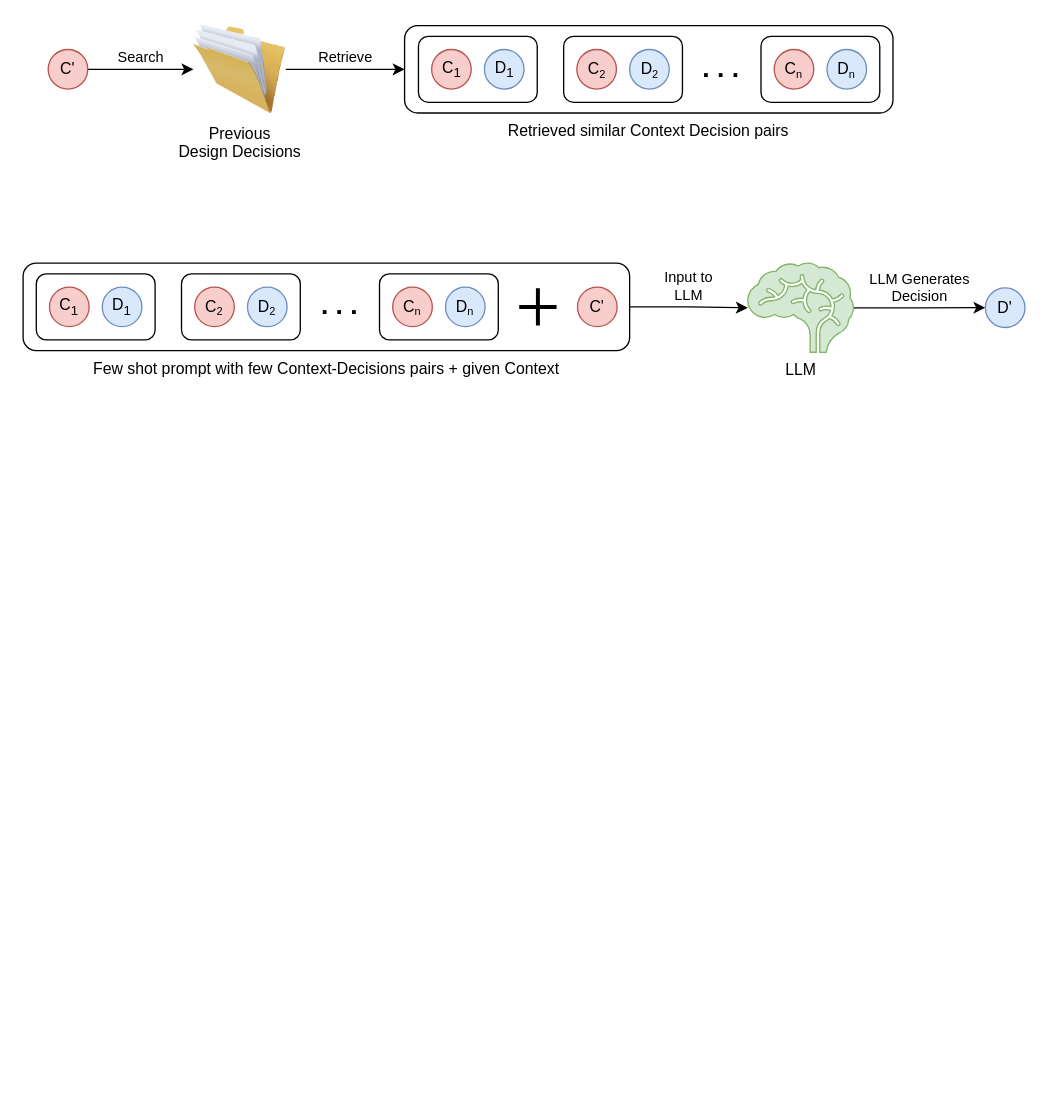
Before: RD_experiments/diagram/approach_new.drawio in sa4s-serc/LLM4ADR, a draw.io diagram. Source tidied: cells renumbered, new cells numbered last; positions are measured from the earlier drawing's top-left corner, leaving out a move shared by most shapes. Both pictures are drawn from the tidied source at 132%, with x=0, y=0 at pixel (22, 22). Pictures stored in the file or linked from it are replaced by grey dashed boxes.
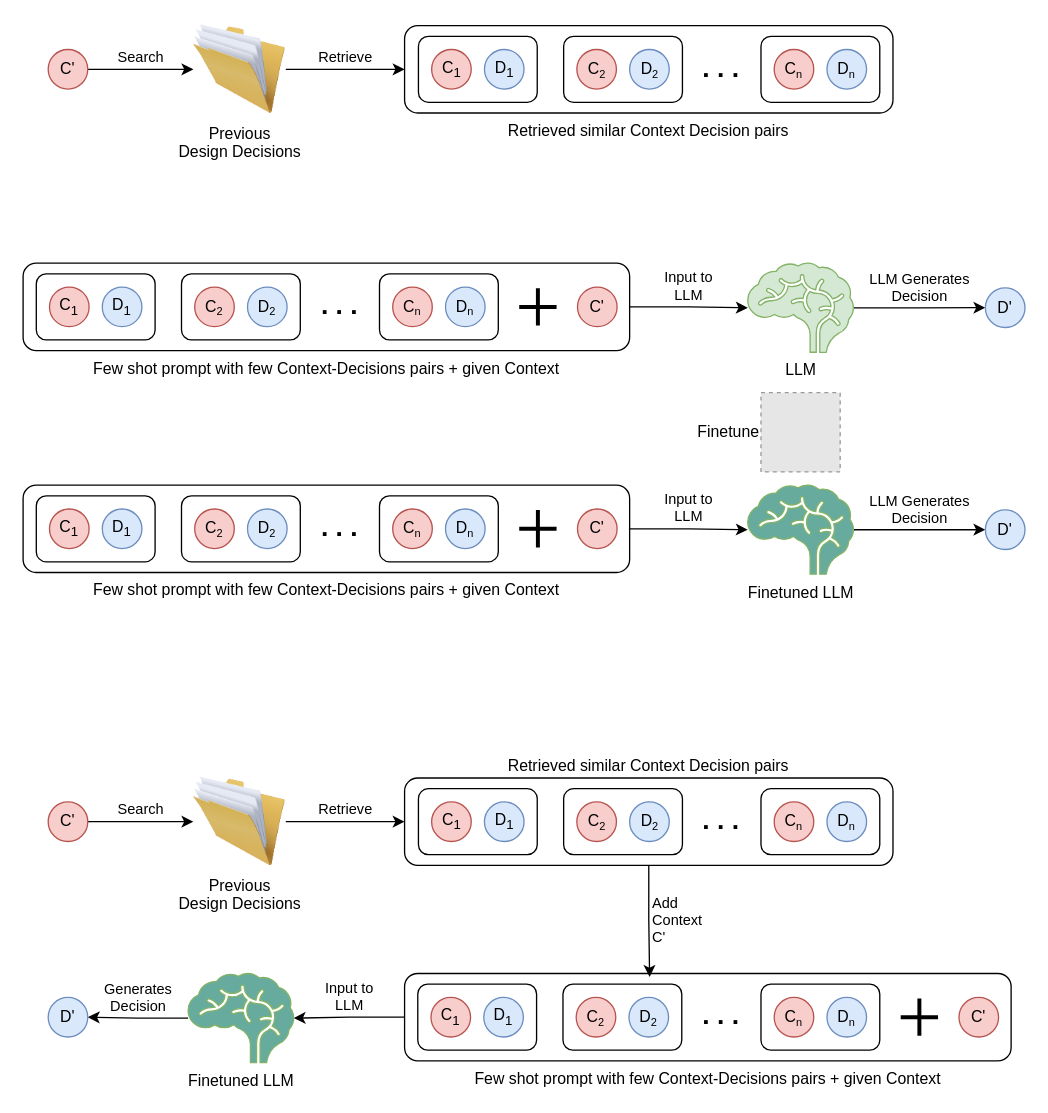
Above is the later version.

Commit message (it also covers changes not shown here):
new approach figure

Diff of the diagram source:
```diff
@@
+    <mxCell id="34" value="Search" style="edgeStyle=orthogonalEdgeStyle;rounded=0;jettySize=auto;html=1;labelPosition=center;verticalLabelPosition=top;align=center;verticalAlign=bottom;" parent="1" edge="1" source="35" target="37">
+      <mxGeometry relative="1" as="geometry" />
+    </mxCell>
+    <mxCell id="35" value="C'" style="ellipse;whiteSpace=wrap;html=1;fillColor=#f8cecc;strokeColor=#b85450;" parent="1" vertex="1">
+      <mxGeometry x="19" y="590" width="30" height="30" as="geometry" />
+    </mxCell>
+    <mxCell id="36" value="Retrieve" style="edgeStyle=orthogonalEdgeStyle;rounded=0;jettySize=auto;html=1;labelPosition=center;verticalLabelPosition=top;align=center;verticalAlign=bottom;" parent="1" edge="1" source="37" target="49">
+      <mxGeometry relative="1" as="geometry" />
+    </mxCell>
+    <mxCell id="37" value="Previous&lt;div&gt;Design Decisions&lt;/div&gt;" style="image;html=1;image=img/lib/clip_art/general/Full_Folder_128x128.png;" parent="1" vertex="1">
+      <mxGeometry x="129" y="570" width="70" height="70" as="geometry" />
+    </mxCell>
+    <mxCell id="38" value="C&lt;sub&gt;1&lt;/sub&gt;" style="ellipse;whiteSpace=wrap;html=1;fillColor=#f8cecc;strokeColor=#b85450;" parent="1" vertex="1">
+      <mxGeometry x="309.5" y="590" width="30" height="30" as="geometry" />
+    </mxCell>
+    <mxCell id="39" value="D&lt;sub&gt;1&lt;/sub&gt;" style="ellipse;whiteSpace=wrap;html=1;fillColor=#dae8fc;strokeColor=#6c8ebf;" parent="1" vertex="1">
+      <mxGeometry x="349.5" y="590" width="30" height="30" as="geometry" />
+    </mxCell>
+    <mxCell id="40" style="rounded=1;whiteSpace=wrap;html=1;fillColor=none;" parent="1" vertex="1">
+      <mxGeometry x="299.5" y="580" width="90" height="50" as="geometry" />
+    </mxCell>
+    <mxCell id="41" value="C&lt;span style=&quot;font-size: 10px;&quot;&gt;&lt;sub&gt;2&lt;/sub&gt;&lt;/span&gt;" style="ellipse;whiteSpace=wrap;html=1;fillColor=#f8cecc;strokeColor=#b85450;" parent="1" vertex="1">
+      <mxGeometry x="419.5" y="590" width="30" height="30" as="geometry" />
+    </mxCell>
+    <mxCell id="42" value="D&lt;span style=&quot;font-size: 10px;&quot;&gt;&lt;sub&gt;2&lt;/sub&gt;&lt;/span&gt;" style="ellipse;whiteSpace=wrap;html=1;fillColor=#dae8fc;strokeColor=#6c8ebf;" parent="1" vertex="1">
+      <mxGeometry x="459.5" y="590" width="30" height="30" as="geometry" />
+    </mxCell>
+    <mxCell id="43" style="rounded=1;whiteSpace=wrap;html=1;fillColor=none;" parent="1" vertex="1">
+      <mxGeometry x="409.5" y="580" width="90" height="50" as="geometry" />
+    </mxCell>
+    <mxCell id="44" value="C&lt;span style=&quot;font-size: 10px;&quot;&gt;&lt;sub&gt;n&lt;/sub&gt;&lt;/span&gt;" style="ellipse;whiteSpace=wrap;html=1;fillColor=#f8cecc;strokeColor=#b85450;" parent="1" vertex="1">
+      <mxGeometry x="569" y="590" width="30" height="30" as="geometry" />
+    </mxCell>
+    <mxCell id="45" value="D&lt;span style=&quot;font-size: 10px;&quot;&gt;&lt;sub&gt;n&lt;/sub&gt;&lt;/span&gt;" style="ellipse;whiteSpace=wrap;html=1;fillColor=#dae8fc;strokeColor=#6c8ebf;" parent="1" vertex="1">
+      <mxGeometry x="609" y="590" width="30" height="30" as="geometry" />
+    </mxCell>
+    <mxCell id="46" style="rounded=1;whiteSpace=wrap;html=1;fillColor=none;" parent="1" vertex="1">
+      <mxGeometry x="559" y="580" width="90" height="50" as="geometry" />
+    </mxCell>
+    <mxCell id="47" value="&lt;font size=&quot;1&quot; style=&quot;&quot;&gt;&lt;b style=&quot;font-size: 20px;&quot;&gt;. . .&lt;/b&gt;&lt;/font&gt;" style="rounded=1;whiteSpace=wrap;html=1;fillColor=none;opacity=0;" parent="1" vertex="1">
+      <mxGeometry x="499" y="580" width="60" height="45" as="geometry" />
+    </mxCell>
+    <mxCell id="48" value="Add&amp;nbsp;&lt;div&gt;Context&lt;/div&gt;&lt;div&gt;C'&lt;/div&gt;" style="edgeStyle=orthogonalEdgeStyle;rounded=0;jettySize=auto;html=1;entryX=0.404;entryY=0.039;entryDx=0;entryDy=0;entryPerimeter=0;labelPosition=right;verticalLabelPosition=middle;align=left;verticalAlign=middle;" parent="1" edge="1" source="49" target="63">
+      <mxGeometry relative="1" as="geometry" />
+    </mxCell>
+    <mxCell id="49" value="Retrieved similar Context Decision pairs" style="rounded=1;whiteSpace=wrap;html=1;fillColor=none;labelPosition=center;verticalLabelPosition=top;align=center;verticalAlign=bottom;" parent="1" vertex="1">
+      <mxGeometry x="289" y="571.9" width="370" height="66.2" as="geometry" />
+    </mxCell>
+    <mxCell id="50" value="C&lt;sub&gt;1&lt;/sub&gt;" style="ellipse;whiteSpace=wrap;html=1;fillColor=#f8cecc;strokeColor=#b85450;" parent="1" vertex="1">
+      <mxGeometry x="309" y="738.1" width="30" height="30" as="geometry" />
+    </mxCell>
+    <mxCell id="51" value="D&lt;sub&gt;1&lt;/sub&gt;" style="ellipse;whiteSpace=wrap;html=1;fillColor=#dae8fc;strokeColor=#6c8ebf;" parent="1" vertex="1">
+      <mxGeometry x="349" y="738.1" width="30" height="30" as="geometry" />
+    </mxCell>
+    <mxCell id="52" style="rounded=1;whiteSpace=wrap;html=1;fillColor=none;" parent="1" vertex="1">
+      <mxGeometry x="299" y="728.1" width="90" height="50" as="geometry" />
+    </mxCell>
+    <mxCell id="53" value="C&lt;span style=&quot;font-size: 10px;&quot;&gt;&lt;sub&gt;2&lt;/sub&gt;&lt;/span&gt;" style="ellipse;whiteSpace=wrap;html=1;fillColor=#f8cecc;strokeColor=#b85450;" parent="1" vertex="1">
+      <mxGeometry x="419" y="738.1" width="30" height="30" as="geometry" />
+    </mxCell>
+    <mxCell id="54" value="D&lt;span style=&quot;font-size: 10px;&quot;&gt;&lt;sub&gt;2&lt;/sub&gt;&lt;/span&gt;" style="ellipse;whiteSpace=wrap;html=1;fillColor=#dae8fc;strokeColor=#6c8ebf;" parent="1" vertex="1">
+      <mxGeometry x="459" y="738.1" width="30" height="30" as="geometry" />
+    </mxCell>
+    <mxCell id="55" style="rounded=1;whiteSpace=wrap;html=1;fillColor=none;" parent="1" vertex="1">
+      <mxGeometry x="409" y="728.1" width="90" height="50" as="geometry" />
+    </mxCell>
+    <mxCell id="56" value="C&lt;span style=&quot;font-size: 10px;&quot;&gt;&lt;sub&gt;n&lt;/sub&gt;&lt;/span&gt;" style="ellipse;whiteSpace=wrap;html=1;fillColor=#f8cecc;strokeColor=#b85450;" parent="1" vertex="1">
+      <mxGeometry x="569" y="738.1" width="30" height="30" as="geometry" />
+    </mxCell>
+    <mxCell id="57" value="D&lt;span style=&quot;font-size: 10px;&quot;&gt;&lt;sub&gt;n&lt;/sub&gt;&lt;/span&gt;" style="ellipse;whiteSpace=wrap;html=1;fillColor=#dae8fc;strokeColor=#6c8ebf;" parent="1" vertex="1">
+      <mxGeometry x="609" y="738.1" width="30" height="30" as="geometry" />
+    </mxCell>
+    <mxCell id="58" style="rounded=1;whiteSpace=wrap;html=1;fillColor=none;" parent="1" vertex="1">
+      <mxGeometry x="559" y="728.1" width="90" height="50" as="geometry" />
+    </mxCell>
+    <mxCell id="59" value="&lt;font size=&quot;1&quot; style=&quot;&quot;&gt;&lt;b style=&quot;font-size: 20px;&quot;&gt;. . .&lt;/b&gt;&lt;/font&gt;" style="rounded=1;whiteSpace=wrap;html=1;fillColor=none;opacity=0;" parent="1" vertex="1">
+      <mxGeometry x="509" y="728.1" width="39.5" height="45" as="geometry" />
+    </mxCell>
+    <mxCell id="60" style="shape=umlDestroy;whiteSpace=wrap;html=1;strokeWidth=3;targetShapes=umlLifeline;rotation=45;direction=south;" parent="1" vertex="1">
+      <mxGeometry x="669" y="743.1" width="20" height="20" as="geometry" />
+    </mxCell>
+    <mxCell id="61" value="C'" style="ellipse;whiteSpace=wrap;html=1;fillColor=#f8cecc;strokeColor=#b85450;" parent="1" vertex="1">
+      <mxGeometry x="709" y="738.1" width="30" height="30" as="geometry" />
+    </mxCell>
+    <mxCell id="62" value="Input to&lt;div&gt;LLM&lt;/div&gt;" style="edgeStyle=orthogonalEdgeStyle;rounded=0;jettySize=auto;html=1;labelPosition=center;verticalLabelPosition=top;align=center;verticalAlign=bottom;" parent="1" edge="1" source="63" target="65">
+      <mxGeometry relative="1" as="geometry" />
+    </mxCell>
+    <mxCell id="63" value="Few shot prompt with few Context-Decisions pairs + given Context" style="rounded=1;whiteSpace=wrap;html=1;fillColor=none;labelPosition=center;verticalLabelPosition=bottom;align=center;verticalAlign=top;" parent="1" vertex="1">
+      <mxGeometry x="289" y="720" width="459.5" height="66.2" as="geometry" />
+    </mxCell>
+    <mxCell id="64" value="Generates&lt;div&gt;Decision&lt;/div&gt;" style="edgeStyle=orthogonalEdgeStyle;rounded=0;jettySize=auto;html=1;labelPosition=center;verticalLabelPosition=top;align=center;verticalAlign=bottom;" parent="1" edge="1" source="65" target="66">
+      <mxGeometry relative="1" as="geometry" />
+    </mxCell>
+    <mxCell id="65" value="Finetuned LLM" style="shape=mxgraph.signs.healthcare.brain;html=1;fillColor=#67AB9F;strokeColor=#82b366;verticalLabelPosition=bottom;verticalAlign=top;align=center;" parent="1" vertex="1">
+      <mxGeometry x="125" y="720" width="80" height="67.5" as="geometry" />
+    </mxCell>
+    <mxCell id="66" value="D'" style="ellipse;whiteSpace=wrap;html=1;fillColor=#dae8fc;strokeColor=#6c8ebf;" parent="1" vertex="1">
+      <mxGeometry x="19" y="738.1" width="30" height="30" as="geometry" />
+    </mxCell>
+    <mxCell id="67" value="C&lt;sub&gt;1&lt;/sub&gt;" style="ellipse;whiteSpace=wrap;html=1;fillColor=#f8cecc;strokeColor=#b85450;" parent="1" vertex="1">
+      <mxGeometry x="20" y="368.1" width="30" height="30" as="geometry" />
+    </mxCell>
+    <mxCell id="68" value="D&lt;sub&gt;1&lt;/sub&gt;" style="ellipse;whiteSpace=wrap;html=1;fillColor=#dae8fc;strokeColor=#6c8ebf;" parent="1" vertex="1">
+      <mxGeometry x="60" y="368.1" width="30" height="30" as="geometry" />
+    </mxCell>
+    <mxCell id="69" style="rounded=1;whiteSpace=wrap;html=1;fillColor=none;" parent="1" vertex="1">
+      <mxGeometry x="10" y="358.1" width="90" height="50" as="geometry" />
+    </mxCell>
+    <mxCell id="70" value="C&lt;span style=&quot;font-size: 10px;&quot;&gt;&lt;sub&gt;2&lt;/sub&gt;&lt;/span&gt;" style="ellipse;whiteSpace=wrap;html=1;fillColor=#f8cecc;strokeColor=#b85450;" parent="1" vertex="1">
+      <mxGeometry x="130" y="368.1" width="30" height="30" as="geometry" />
+    </mxCell>
+    <mxCell id="71" value="D&lt;span style=&quot;font-size: 10px;&quot;&gt;&lt;sub&gt;2&lt;/sub&gt;&lt;/span&gt;" style="ellipse;whiteSpace=wrap;html=1;fillColor=#dae8fc;strokeColor=#6c8ebf;" parent="1" vertex="1">
+      <mxGeometry x="170" y="368.1" width="30" height="30" as="geometry" />
+    </mxCell>
+    <mxCell id="72" style="rounded=1;whiteSpace=wrap;html=1;fillColor=none;" parent="1" vertex="1">
+      <mxGeometry x="120" y="358.1" width="90" height="50" as="geometry" />
+    </mxCell>
+    <mxCell id="73" value="C&lt;span style=&quot;font-size: 10px;&quot;&gt;&lt;sub&gt;n&lt;/sub&gt;&lt;/span&gt;" style="ellipse;whiteSpace=wrap;html=1;fillColor=#f8cecc;strokeColor=#b85450;" parent="1" vertex="1">
+      <mxGeometry x="280" y="368.1" width="30" height="30" as="geometry" />
+    </mxCell>
+    <mxCell id="74" value="D&lt;span style=&quot;font-size: 10px;&quot;&gt;&lt;sub&gt;n&lt;/sub&gt;&lt;/span&gt;" style="ellipse;whiteSpace=wrap;html=1;fillColor=#dae8fc;strokeColor=#6c8ebf;" parent="1" vertex="1">
+      <mxGeometry x="320" y="368.1" width="30" height="30" as="geometry" />
+    </mxCell>
+    <mxCell id="75" style="rounded=1;whiteSpace=wrap;html=1;fillColor=none;" parent="1" vertex="1">
+      <mxGeometry x="270" y="358.1" width="90" height="50" as="geometry" />
+    </mxCell>
+    <mxCell id="76" value="&lt;font size=&quot;1&quot; style=&quot;&quot;&gt;&lt;b style=&quot;font-size: 20px;&quot;&gt;. . .&lt;/b&gt;&lt;/font&gt;" style="rounded=1;whiteSpace=wrap;html=1;fillColor=none;opacity=0;" parent="1" vertex="1">
+      <mxGeometry x="220" y="358.1" width="39.5" height="45" as="geometry" />
+    </mxCell>
+    <mxCell id="77" style="shape=umlDestroy;whiteSpace=wrap;html=1;strokeWidth=3;targetShapes=umlLifeline;rotation=45;direction=south;" parent="1" vertex="1">
+      <mxGeometry x="380" y="373.1" width="20" height="20" as="geometry" />
+    </mxCell>
+    <mxCell id="78" value="C'" style="ellipse;whiteSpace=wrap;html=1;fillColor=#f8cecc;strokeColor=#b85450;" parent="1" vertex="1">
+      <mxGeometry x="420" y="368.1" width="30" height="30" as="geometry" />
+    </mxCell>
+    <mxCell id="79" value="Input to&lt;br&gt;LLM" style="edgeStyle=orthogonalEdgeStyle;rounded=0;jettySize=auto;html=1;labelPosition=center;verticalLabelPosition=top;align=center;verticalAlign=bottom;" parent="1" edge="1" source="80" target="82">
+      <mxGeometry relative="1" as="geometry" />
+    </mxCell>
+    <mxCell id="80" value="Few shot prompt with few Context-Decisions pairs + given Context" style="rounded=1;whiteSpace=wrap;html=1;fillColor=none;labelPosition=center;verticalLabelPosition=bottom;align=center;verticalAlign=top;" parent="1" vertex="1">
+      <mxGeometry y="350" width="459.5" height="66.2" as="geometry" />
+    </mxCell>
+    <mxCell id="81" value="LLM Generates&lt;div&gt;Decision&lt;/div&gt;" style="edgeStyle=orthogonalEdgeStyle;rounded=0;jettySize=auto;html=1;labelPosition=center;verticalLabelPosition=top;align=center;verticalAlign=bottom;" parent="1" edge="1" source="82" target="83">
+      <mxGeometry relative="1" as="geometry" />
+    </mxCell>
+    <mxCell id="82" value="Finetuned LLM" style="shape=mxgraph.signs.healthcare.brain;html=1;fillColor=#67AB9F;strokeColor=#82b366;verticalLabelPosition=bottom;verticalAlign=top;align=center;" parent="1" vertex="1">
+      <mxGeometry x="549" y="350" width="80" height="67.5" as="geometry" />
+    </mxCell>
+    <mxCell id="83" value="D'" style="ellipse;whiteSpace=wrap;html=1;fillColor=#dae8fc;strokeColor=#6c8ebf;" parent="1" vertex="1">
+      <mxGeometry x="729" y="368.8" width="30" height="30" as="geometry" />
+    </mxCell>
+    <mxCell id="84" value="Finetune" style="fillColor=#E6E6E6;strokeColor=#999999;dashed=1;html=1;verticalAlign=middle;verticalLabelPosition=middle;labelBackgroundColor=#ffffff;labelPosition=left;align=right;" parent="1" vertex="1">
+      <mxGeometry x="559" y="280" width="60" height="60" as="geometry" />
+    </mxCell>
```
